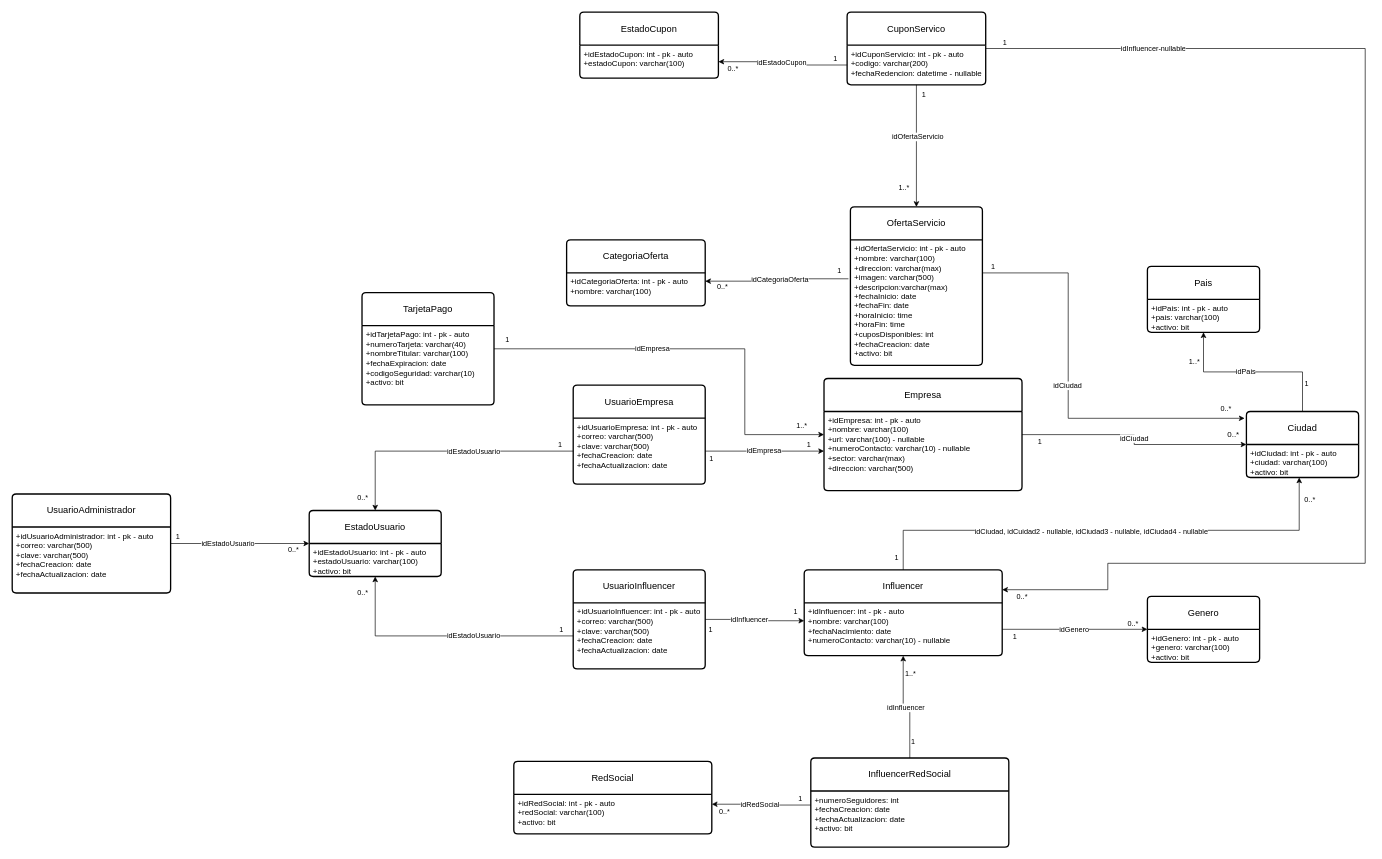
This is page "Modelo Relacional" (2 of 3) of Arquitectura de software.drawio from felipeuniandinos/clubinflu, a draw.io file, before an edit. Source tidied: cells renumbered, new cells numbered last; positions are measured from the earlier drawing's top-left corner, leaving out a move shared by most shapes. Both pictures are drawn from the tidied source at 66%, with x=0, y=0 at pixel (12, 12).
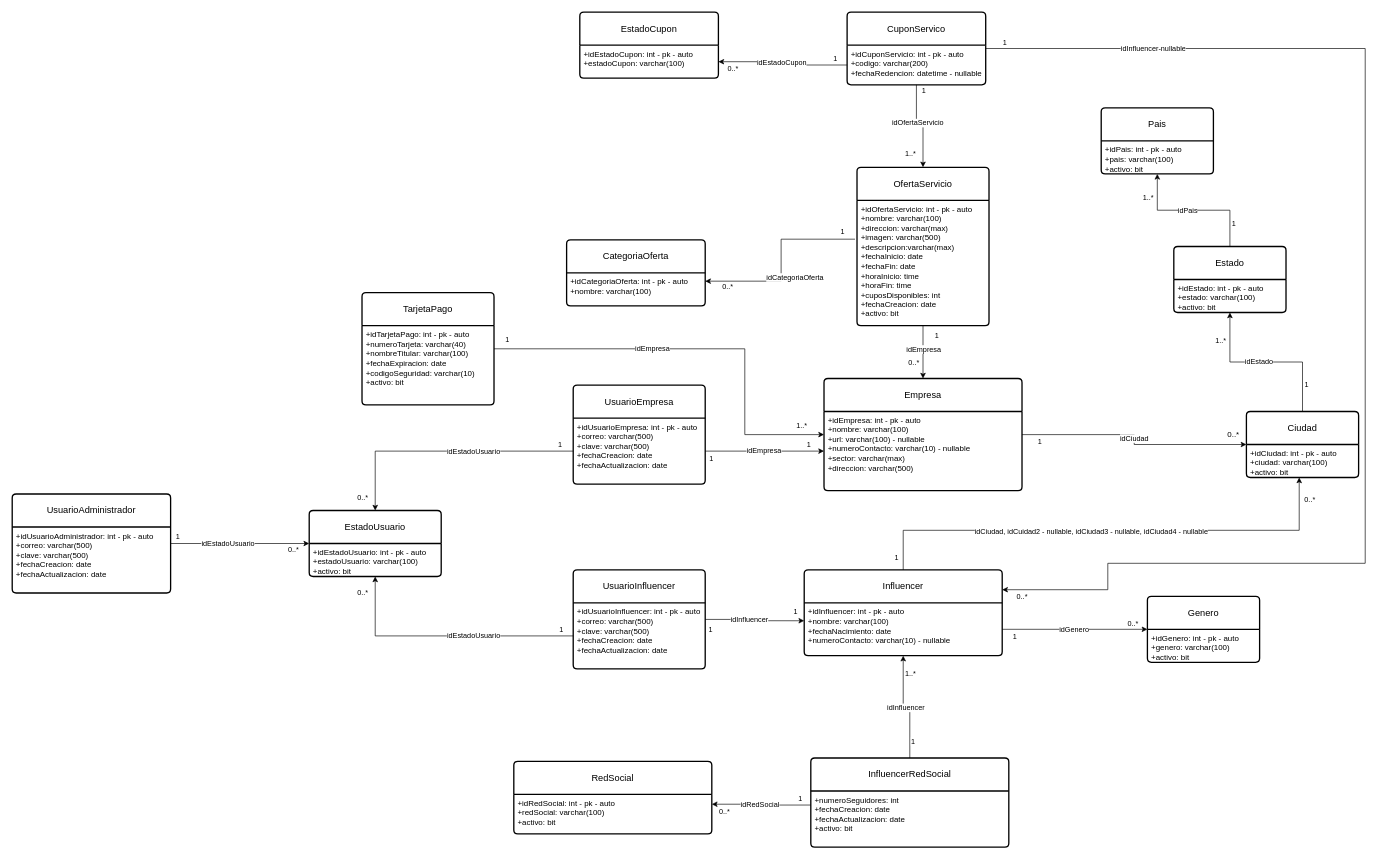
After the change.

Unchanged cells that the change refers to:
```xml
<mxCell id="5" value="Empresa" style="swimlane;horizontal=1;startSize=50;rounded=1;fontSize=14;fontStyle=0;strokeWidth=2;shadow=0;dashed=0;align=center;arcSize=4;whiteSpace=wrap;html=1;" parent="1" vertex="1">
  <mxGeometry x="1230" y="555" width="300" height="170" as="geometry" />
</mxCell>
<mxCell id="11" value="Ciudad" style="swimlane;horizontal=1;startSize=50;rounded=1;fontSize=14;fontStyle=0;strokeWidth=2;shadow=0;dashed=0;align=center;arcSize=4;whiteSpace=wrap;html=1;" parent="1" vertex="1">
  <mxGeometry x="1870" y="605" width="170" height="100" as="geometry" />
</mxCell>
<mxCell id="39" value="+idPais: int - pk - auto&lt;br&gt;+pais: varchar(100)&lt;br&gt;&lt;div&gt;+activo: bit&lt;br&gt;&lt;div&gt;&lt;br&gt;&lt;/div&gt;&lt;/div&gt;" style="align=left;strokeColor=none;fillColor=none;spacingLeft=4;fontSize=12;verticalAlign=top;html=1;" parent="38" vertex="1">
  <mxGeometry y="50" width="170" height="50" as="geometry" />
</mxCell>
<mxCell id="63" value="+idOfertaServicio: int - pk - auto&lt;div&gt;+nombre: varchar(100)&lt;br&gt;&lt;div&gt;+direccion: varchar(max)&lt;br&gt;+imagen: varchar(500)&lt;/div&gt;&lt;div&gt;+descripcion:varchar(max)&lt;/div&gt;&lt;/div&gt;&lt;div&gt;+fechaInicio: date&lt;/div&gt;&lt;div&gt;+fechaFin: date&lt;/div&gt;&lt;div&gt;+horaInicio: time&lt;/div&gt;&lt;div&gt;+horaFin: time&lt;/div&gt;&lt;div&gt;+cuposDisponibles: int&lt;/div&gt;&lt;div&gt;+fechaCreacion: date&lt;/div&gt;&lt;div&gt;+activo: bit&lt;/div&gt;" style="align=left;strokeColor=none;fillColor=none;spacingLeft=4;fontSize=12;verticalAlign=top;html=1;" parent="62" vertex="1">
  <mxGeometry y="50" width="200" height="190" as="geometry" />
</mxCell>
```

Diff of the diagram source:
```diff
@@
-    <mxCell id="7" style="edgeStyle=orthogonalEdgeStyle;rounded=0;jettySize=auto;html=1;entryX=0.5;entryY=1;entryDx=0;entryDy=0;" parent="1" edge="1" source="11" target="39">
+    <mxCell id="7" style="edgeStyle=orthogonalEdgeStyle;rounded=0;jettySize=auto;html=1;entryX=0.5;entryY=1;entryDx=0;entryDy=0;exitX=0.5;exitY=0;exitDx=0;exitDy=0;" parent="1" edge="1" source="102" target="39">
       <mxGeometry relative="1" as="geometry" />
     </mxCell>
@@
     <mxCell id="38" value="Pais" style="swimlane;horizontal=1;startSize=50;rounded=1;fontSize=14;fontStyle=0;strokeWidth=2;shadow=0;dashed=0;align=center;arcSize=4;whiteSpace=wrap;html=1;" parent="1" vertex="1">
-      <mxGeometry x="1720" y="385" width="170" height="100" as="geometry" />
+      <mxGeometry x="1650" y="145" width="170" height="100" as="geometry" />
     </mxCell>
@@
     <mxCell id="62" value="OfertaServicio" style="swimlane;horizontal=1;startSize=50;rounded=1;fontSize=14;fontStyle=0;strokeWidth=2;shadow=0;dashed=0;align=center;arcSize=4;whiteSpace=wrap;html=1;" parent="1" vertex="1">
-      <mxGeometry x="1270" y="295" width="200" height="240" as="geometry" />
+      <mxGeometry x="1280" y="235" width="200" height="240" as="geometry" />
     </mxCell>
@@
-    <mxCell id="64" style="edgeStyle=orthogonalEdgeStyle;rounded=0;jettySize=auto;html=1;entryX=-0.016;entryY=0.103;entryDx=0;entryDy=0;entryPerimeter=0;" parent="1" edge="1" source="63" target="11">
-      <mxGeometry relative="1" as="geometry">
-        <Array as="points">
-          <mxPoint x="1600" y="395" />
-          <mxPoint x="1600" y="615" />
-        </Array>
-      </mxGeometry>
-    </mxCell>
-    <mxCell id="65" value="idCiudad" style="edgeLabel;html=1;align=center;verticalAlign=middle;" parent="64" vertex="1">
-      <mxGeometry x="-0.03" y="-2" relative="1" as="geometry" />
-    </mxCell>
-    <mxCell id="66" value="1" style="edgeLabel;html=1;align=center;verticalAlign=middle;" parent="64" vertex="1">
-      <mxGeometry x="-0.94" y="1" relative="1" as="geometry">
-        <mxPoint x="-4" y="-9" as="offset" />
-      </mxGeometry>
-    </mxCell>
-    <mxCell id="67" value="0..*" style="edgeLabel;html=1;align=center;verticalAlign=middle;" parent="64" vertex="1">
-      <mxGeometry x="0.87" y="1" relative="1" as="geometry">
-        <mxPoint x="12" y="-14" as="offset" />
-      </mxGeometry>
-    </mxCell>
@@
+    <mxCell id="102" value="Estado" style="swimlane;horizontal=1;startSize=50;rounded=1;fontSize=14;fontStyle=0;strokeWidth=2;shadow=0;dashed=0;align=center;arcSize=4;whiteSpace=wrap;html=1;" parent="1" vertex="1">
+      <mxGeometry x="1760" y="355" width="170" height="100" as="geometry" />
+    </mxCell>
+    <mxCell id="103" value="+idEstado: int - pk - auto&lt;br&gt;+estado: varchar(100)&lt;br&gt;&lt;div&gt;+activo: bit&lt;br&gt;&lt;div&gt;&lt;br&gt;&lt;/div&gt;&lt;/div&gt;" style="align=left;strokeColor=none;fillColor=none;spacingLeft=4;fontSize=12;verticalAlign=top;html=1;" parent="102" vertex="1">
+      <mxGeometry y="50" width="170" height="50" as="geometry" />
+    </mxCell>
+    <mxCell id="104" style="edgeStyle=orthogonalEdgeStyle;rounded=0;jettySize=auto;html=1;entryX=0.5;entryY=1;entryDx=0;entryDy=0;exitX=0.5;exitY=0;exitDx=0;exitDy=0;" parent="1" edge="1" source="11" target="103">
+      <mxGeometry relative="1" as="geometry" />
+    </mxCell>
+    <mxCell id="105" value="1" style="edgeLabel;html=1;align=center;verticalAlign=middle;" parent="104" vertex="1">
+      <mxGeometry x="-0.68" y="-2" relative="1" as="geometry">
+        <mxPoint x="3" as="offset" />
+      </mxGeometry>
+    </mxCell>
+    <mxCell id="106" value="idEstado" style="edgeLabel;html=1;align=center;verticalAlign=middle;" parent="104" vertex="1">
+      <mxGeometry x="0.09" y="-1" relative="1" as="geometry" />
+    </mxCell>
+    <mxCell id="107" value="1..*" style="edgeLabel;html=1;align=center;verticalAlign=middle;" parent="104" vertex="1">
+      <mxGeometry x="0.68" y="-1" relative="1" as="geometry">
+        <mxPoint x="-16" as="offset" />
+      </mxGeometry>
+    </mxCell>
+    <mxCell id="108" style="edgeStyle=orthogonalEdgeStyle;rounded=0;jettySize=auto;html=1;" parent="1" edge="1" source="63" target="5">
+      <mxGeometry relative="1" as="geometry" />
+    </mxCell>
+    <mxCell id="109" value="idEmpresa" style="edgeLabel;html=1;align=center;verticalAlign=middle;" parent="108" vertex="1">
+      <mxGeometry x="-0.3" relative="1" as="geometry">
+        <mxPoint y="7" as="offset" />
+      </mxGeometry>
+    </mxCell>
+    <mxCell id="110" value="1" style="edgeLabel;html=1;align=center;verticalAlign=middle;" parent="108" vertex="1">
+      <mxGeometry x="-0.65" y="-2" relative="1" as="geometry">
+        <mxPoint x="22" as="offset" />
+      </mxGeometry>
+    </mxCell>
+    <mxCell id="67" value="0..*" style="edgeLabel;html=1;align=center;verticalAlign=middle;" parent="1" vertex="1">
+      <mxGeometry x="1090" y="415" as="geometry">
+        <mxPoint x="275" y="115" as="offset" />
+      </mxGeometry>
+    </mxCell>
```
